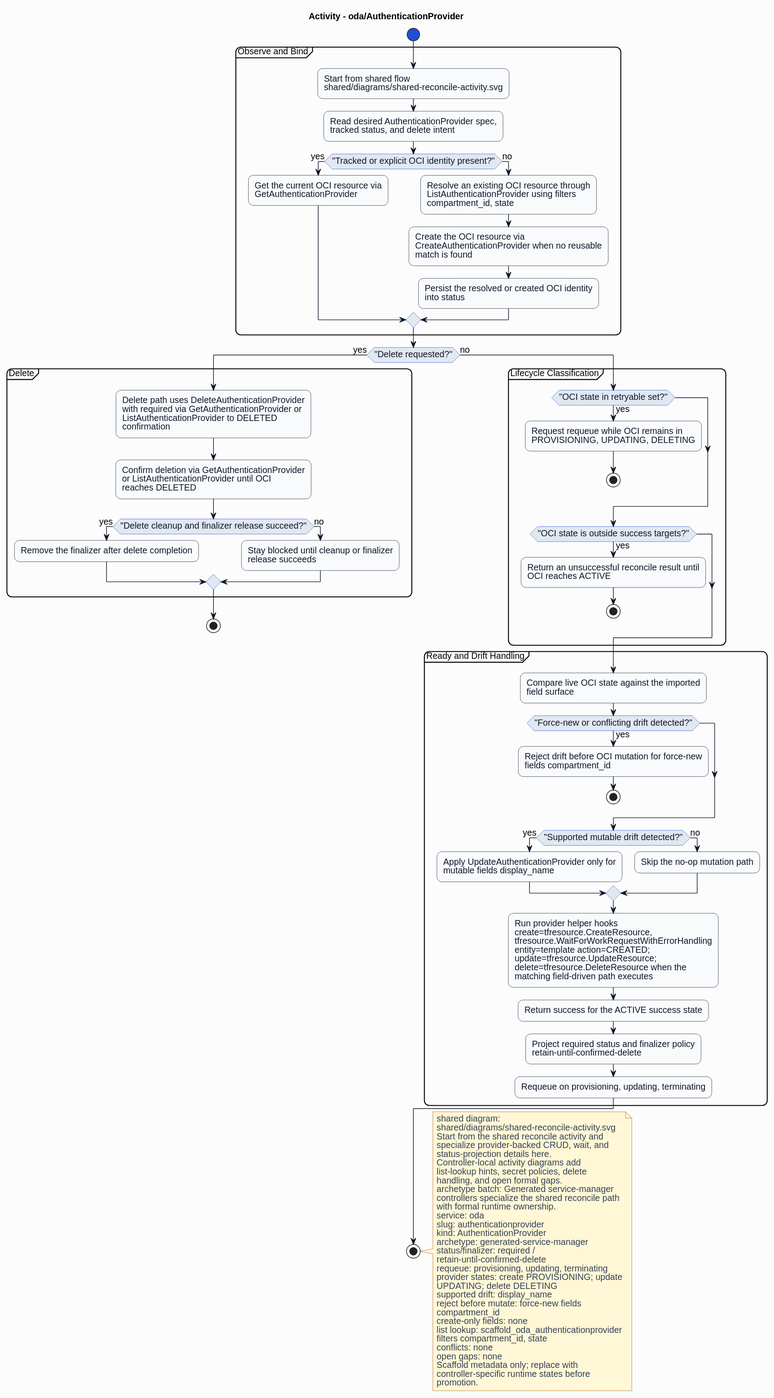
HaoyL666/oci-service-operator keeps this PlantUML diagram as formal/controllers/oda/authenticationprovider/diagrams/activity.svg. Above is the earlier version.
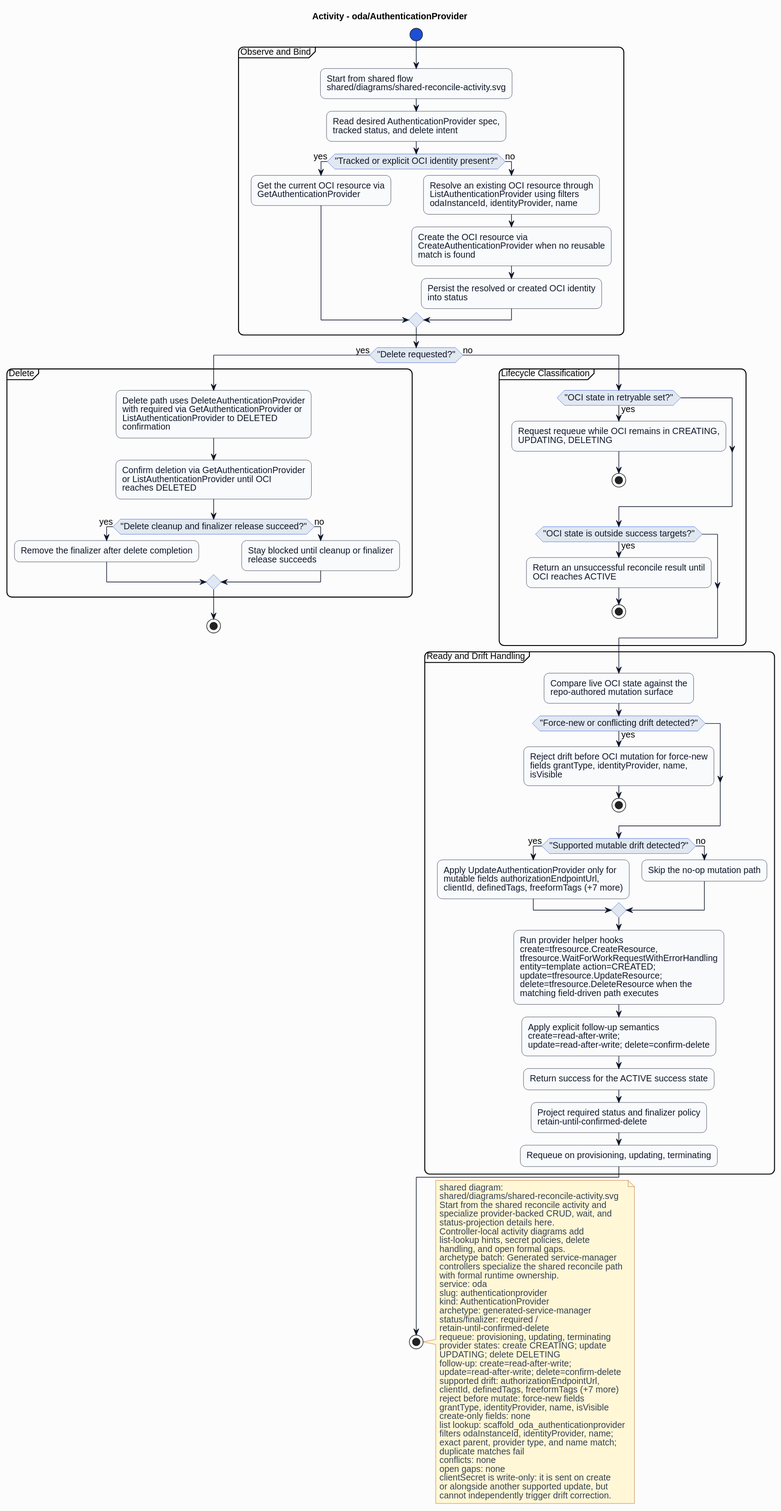
The same diagram one commit later.

Change to the diagram source:
```diff
@@ -27,7 +27,7 @@
 if ("Tracked or explicit OCI identity present?") then (yes)
 :Get the current OCI resource via\nGetAuthenticationProvider;
 else (no)
-:Resolve an existing OCI resource through\nListAuthenticationProvider using filters\ncompartment_id, state;
+:Resolve an existing OCI resource through\nListAuthenticationProvider using filters\nodaInstanceId, identityProvider, name;
 :Create the OCI resource via\nCreateAuthenticationProvider when no reusable\nmatch is found;
 :Persist the resolved or created OCI identity\ninto status;
 endif
@@ -46,7 +46,7 @@
 else (no)
 partition "Lifecycle Classification" {
 if ("OCI state in retryable set?") then (yes)
-:Request requeue while OCI remains in\nPROVISIONING, UPDATING, DELETING;
+:Request requeue while OCI remains in CREATING,\nUPDATING, DELETING;
 stop
 endif
 if ("OCI state is outside success targets?") then (yes)
@@ -55,17 +55,18 @@
 endif
 }
 partition "Ready and Drift Handling" {
-:Compare live OCI state against the imported\nfield surface;
+:Compare live OCI state against the\nrepo-authored mutation surface;
 if ("Force-new or conflicting drift detected?") then (yes)
-:Reject drift before OCI mutation for force-new\nfields compartment_id;
+:Reject drift before OCI mutation for force-new\nfields grantType, identityProvider, name,\nisVisible;
 stop
 endif
 if ("Supported mutable drift detected?") then (yes)
-:Apply UpdateAuthenticationProvider only for\nmutable fields display_name;
+:Apply UpdateAuthenticationProvider only for\nmutable fields authorizationEndpointUrl,\nclientId, definedTags, freeformTags (+7 more);
 else (no)
 :Skip the no-op mutation path;
 endif
 :Run provider helper hooks\ncreate=tfresource.CreateResource,\ntfresource.WaitForWorkRequestWithErrorHandling\nentity=template action=CREATED;\nupdate=tfresource.UpdateResource;\ndelete=tfresource.DeleteResource when the\nmatching field-driven path executes;
+:Apply explicit follow-up semantics\ncreate=read-after-write;\nupdate=read-after-write; delete=confirm-delete;
 :Return success for the ACTIVE success state;
 :Project required status and finalizer policy\nretain-until-confirmed-delete;
 :Requeue on provisioning, updating, terminating;
@@ -91,18 +92,23 @@
 status/finalizer: required /
 retain-until-confirmed-delete
 requeue: provisioning, updating, terminating
-provider states: create PROVISIONING; update
+provider states: create CREATING; update
 UPDATING; delete DELETING
-supported drift: display_name
+follow-up: create=read-after-write;
+update=read-after-write; delete=confirm-delete
+supported drift: authorizationEndpointUrl,
+clientId, definedTags, freeformTags (+7 more)
 reject before mutate: force-new fields
-compartment_id
+grantType, identityProvider, name, isVisible
 create-only fields: none
 list lookup: scaffold_oda_authenticationprovider
-filters compartment_id, state
+filters odaInstanceId, identityProvider, name;
+exact parent, provider type, and name match;
+duplicate matches fail
 conflicts: none
 open gaps: none
-Scaffold metadata only; replace with
-controller-specific runtime states before
-promotion.
+clientSecret is write-only: it is sent on create
+or alongside another supported update, but
+cannot independently trigger drift correction.
 end note
 @enduml
```
